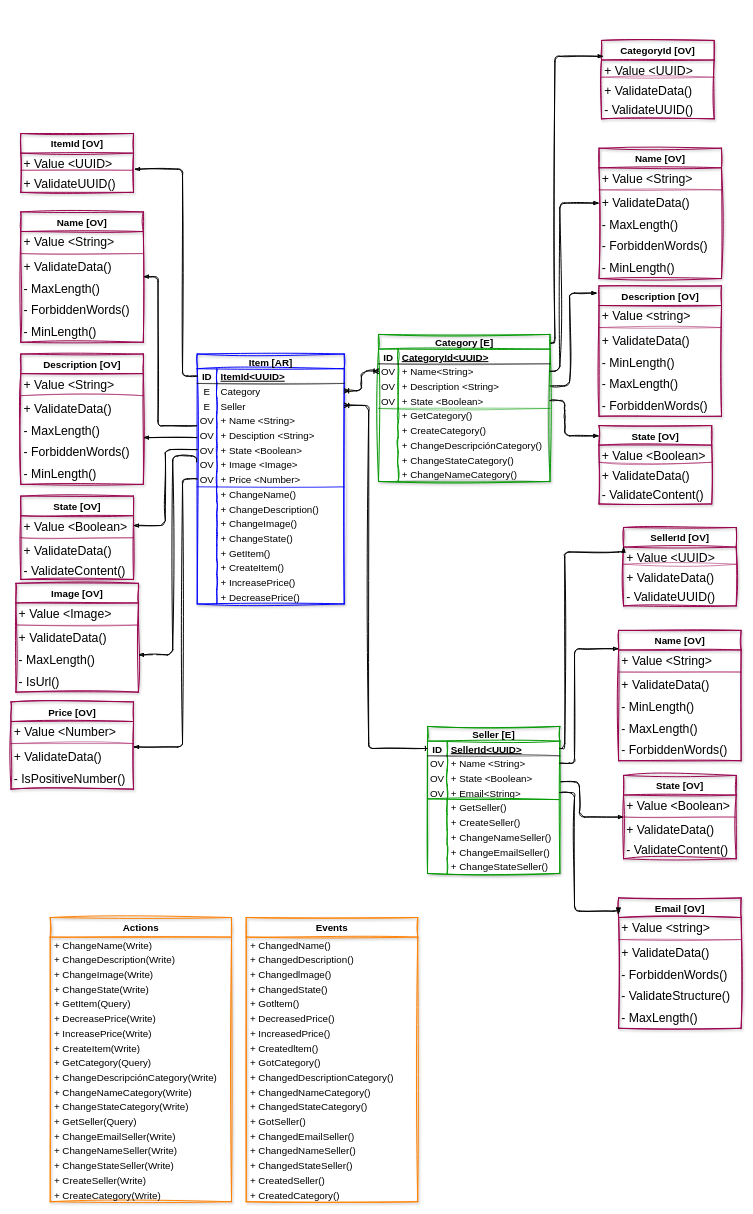
Above: page "Item<AR>-Product" (2 of 5) of Drive-Domain-Design.drawio in Julian362/C1-2023-DDD-Colombia (draw.io), before the change. Source tidied: cells renumbered, new cells numbered last; positions are measured from the earlier drawing's top-left corner, leaving out a move shared by most shapes. Both pictures are drawn from the tidied source at 49%, with x=0, y=0 at pixel (11, 40).
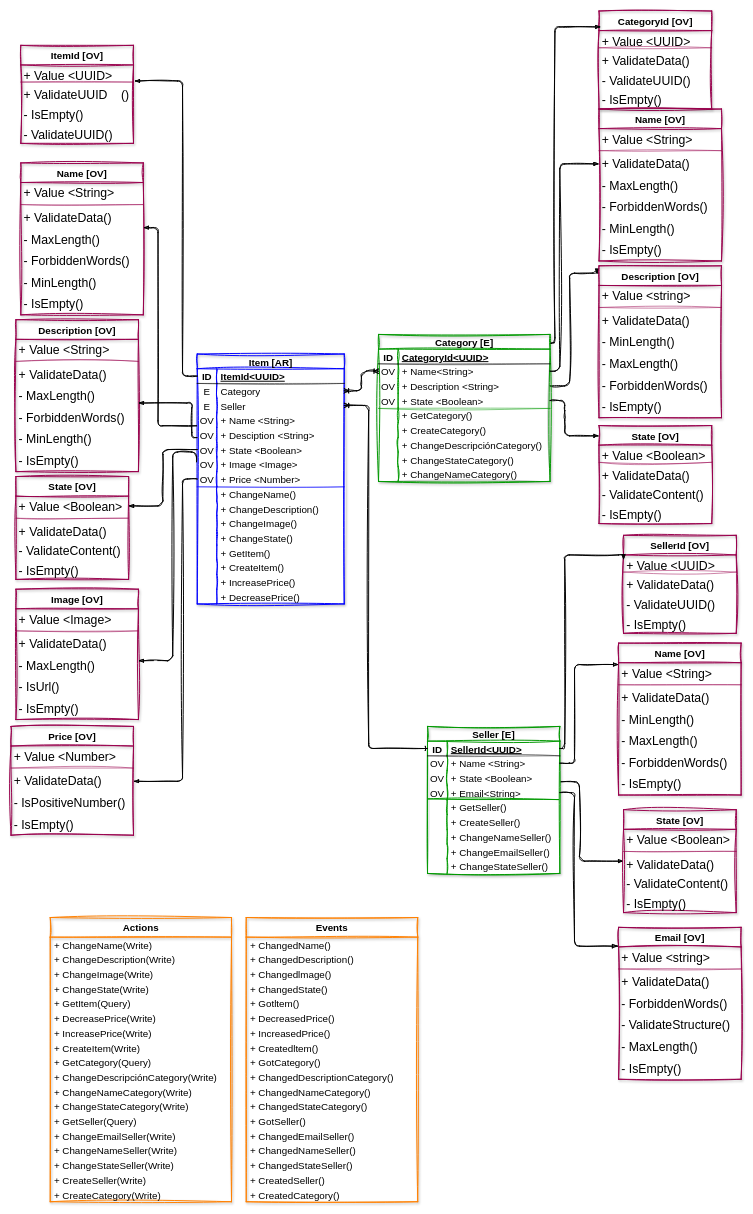
The same diagram, later.

The change refers to these unchanged cells:
```xml
<mxCell id="3" style="shape=tableRow;horizontal=0;startSize=0;swimlaneHead=0;swimlaneBody=0;fillColor=none;points=[[0,0.5],[1,0.5]];portConstraint=eastwest;top=0;left=0;right=0;bottom=1;sketch=1;hachureGap=4;jiggle=2;curveFitting=1;fontFamily=Helvetica;fontSize=20;" parent="2" vertex="1">
  <mxGeometry y="30" width="300" height="30" as="geometry" />
</mxCell>
<mxCell id="12" style="shape=tableRow;horizontal=0;startSize=0;swimlaneHead=0;swimlaneBody=0;fillColor=none;points=[[0,0.5],[1,0.5]];portConstraint=eastwest;top=0;left=0;right=0;bottom=0;sketch=1;hachureGap=4;jiggle=2;curveFitting=1;fontFamily=Helvetica;fontSize=20;" parent="2" vertex="1">
  <mxGeometry y="120" width="300" height="30" as="geometry" />
</mxCell>
<mxCell id="21" style="shape=tableRow;horizontal=0;startSize=0;swimlaneHead=0;swimlaneBody=0;fillColor=none;points=[[0,0.5],[1,0.5]];portConstraint=eastwest;top=0;left=0;right=0;bottom=0;sketch=1;hachureGap=4;jiggle=2;curveFitting=1;fontFamily=Helvetica;fontSize=20;" parent="2" vertex="1">
  <mxGeometry y="210" width="300" height="30" as="geometry" />
</mxCell>
<mxCell id="24" style="shape=tableRow;horizontal=0;startSize=0;swimlaneHead=0;swimlaneBody=0;fillColor=none;points=[[0,0.5],[1,0.5]];portConstraint=eastwest;top=0;left=0;right=0;bottom=0;sketch=1;hachureGap=4;jiggle=2;curveFitting=1;fontFamily=Helvetica;fontSize=20;" parent="2" vertex="1">
  <mxGeometry y="240" width="300" height="30" as="geometry" />
</mxCell>
<mxCell id="52" value="Category [E]" style="shape=table;startSize=30;childLayout=tableLayout;rowLines=0;fontStyle=1;align=center;hachureGap=4;fontFamily=Helvetica;fontSize=20;fillColor=none;swimlaneFillColor=default;rounded=0;shadow=1;strokeWidth=2;labelBorderColor=none;strokeColor=#009900;sketch=1;curveFitting=1;jiggle=2;" parent="1" vertex="1">
  <mxGeometry x="750" y="600" width="350" height="300" as="geometry" />
</mxCell>
<mxCell id="56" style="shape=tableRow;horizontal=0;startSize=0;swimlaneHead=0;swimlaneBody=0;fillColor=none;points=[[0,0.5],[1,0.5]];portConstraint=eastwest;top=0;left=0;right=0;bottom=0;sketch=1;hachureGap=4;jiggle=2;curveFitting=1;fontFamily=Helvetica;fontSize=20;" parent="52" vertex="1">
  <mxGeometry y="60" width="350" height="30" as="geometry" />
</mxCell>
<mxCell id="59" style="shape=tableRow;horizontal=0;startSize=0;swimlaneHead=0;swimlaneBody=0;fillColor=none;points=[[0,0.5],[1,0.5]];portConstraint=eastwest;top=0;left=0;right=0;bottom=0;sketch=1;hachureGap=4;jiggle=2;curveFitting=1;fontFamily=Helvetica;fontSize=20;" parent="52" vertex="1">
  <mxGeometry y="90" width="350" height="30" as="geometry" />
</mxCell>
<mxCell id="116" value="+ ValidateData()" style="text;strokeColor=none;fillColor=none;spacingLeft=4;spacingRight=4;overflow=hidden;points=[[0,0.5],[1,0.5]];portConstraint=eastwest;fontSize=25;fontFamily=Helvetica;" parent="113" vertex="1">
  <mxGeometry y="90" width="250" height="44" as="geometry" />
</mxCell>
<mxCell id="132" value="+ ValidateData()" style="text;strokeColor=none;fillColor=none;spacingLeft=4;spacingRight=4;overflow=hidden;points=[[0,0.5],[1,0.5]];portConstraint=eastwest;fontSize=25;fontFamily=Helvetica;" parent="129" vertex="1">
  <mxGeometry y="90" width="250" height="44" as="geometry" />
</mxCell>
<mxCell id="153" style="shape=tableRow;horizontal=0;startSize=0;swimlaneHead=0;swimlaneBody=0;fillColor=none;points=[[0,0.5],[1,0.5]];portConstraint=eastwest;top=0;left=0;right=0;bottom=1;sketch=1;hachureGap=4;jiggle=2;curveFitting=1;fontFamily=Helvetica;fontSize=20;" parent="152" vertex="1">
  <mxGeometry y="30" width="270" height="30" as="geometry" />
</mxCell>
<mxCell id="156" style="shape=tableRow;horizontal=0;startSize=0;swimlaneHead=0;swimlaneBody=0;fillColor=none;points=[[0,0.5],[1,0.5]];portConstraint=eastwest;top=0;left=0;right=0;bottom=0;sketch=1;hachureGap=4;jiggle=2;curveFitting=1;fontFamily=Helvetica;fontSize=20;" parent="152" vertex="1">
  <mxGeometry y="60" width="270" height="30" as="geometry" />
</mxCell>
<mxCell id="159" style="shape=tableRow;horizontal=0;startSize=0;swimlaneHead=0;swimlaneBody=0;fillColor=none;points=[[0,0.5],[1,0.5]];portConstraint=eastwest;top=0;left=0;right=0;bottom=0;sketch=1;hachureGap=4;jiggle=2;curveFitting=1;fontFamily=Helvetica;fontSize=20;" parent="152" vertex="1">
  <mxGeometry y="90" width="270" height="30" as="geometry" />
</mxCell>
<mxCell id="162" style="shape=tableRow;horizontal=0;startSize=0;swimlaneHead=0;swimlaneBody=0;fillColor=none;points=[[0,0.5],[1,0.5]];portConstraint=eastwest;top=0;left=0;right=0;bottom=0;sketch=1;hachureGap=4;jiggle=2;curveFitting=1;fontFamily=Helvetica;fontSize=20;" parent="152" vertex="1">
  <mxGeometry y="120" width="270" height="30" as="geometry" />
</mxCell>
<mxCell id="198" value="+ Value &lt;UUID&gt;" style="text;strokeColor=none;fillColor=none;spacingLeft=4;spacingRight=4;overflow=hidden;points=[[0,0.5],[1,0.5]];portConstraint=eastwest;fontSize=25;fontFamily=Helvetica;" parent="197" vertex="1">
  <mxGeometry y="40" width="230" height="30" as="geometry" />
</mxCell>
<mxCell id="204" value="+ Value &lt;UUID&gt;" style="text;strokeColor=none;fillColor=none;spacingLeft=4;spacingRight=4;overflow=hidden;points=[[0,0.5],[1,0.5]];portConstraint=eastwest;fontSize=25;fontFamily=Helvetica;" parent="203" vertex="1">
  <mxGeometry y="40" width="230" height="30" as="geometry" />
</mxCell>
<mxCell id="217" value="+ ValidateData()" style="text;strokeColor=none;fillColor=none;spacingLeft=4;spacingRight=4;overflow=hidden;points=[[0,0.5],[1,0.5]];portConstraint=eastwest;fontSize=25;fontFamily=Helvetica;" parent="214" vertex="1">
  <mxGeometry y="90" width="250" height="44" as="geometry" />
</mxCell>
```

Diff of the diagram source:
```diff
@@
     <mxCell id="51" style="edgeStyle=orthogonalEdgeStyle;rounded=1;sketch=1;hachureGap=4;jiggle=2;curveFitting=1;jettySize=auto;html=1;strokeWidth=2;fontFamily=Architects Daughter;fontSize=20;exitX=1;exitY=0.5;exitDx=0;exitDy=0;entryX=-0.016;entryY=0.055;entryDx=0;entryDy=0;entryPerimeter=0;endArrow=blockThin;endFill=1;" parent="1" edge="1" source="59" target="136">
       <mxGeometry relative="1" as="geometry">
         <Array as="points">
           <mxPoint x="1140" y="705" />
-          <mxPoint x="1140" y="516" />
+          <mxPoint x="1140" y="475" />
         </Array>
       </mxGeometry>
     </mxCell>
@@
     <mxCell id="81" style="edgeStyle=orthogonalEdgeStyle;sketch=1;hachureGap=4;jiggle=2;curveFitting=1;jettySize=auto;html=1;entryX=0;entryY=0.5;entryDx=0;entryDy=0;strokeWidth=2;fontFamily=Helvetica;fontSize=25;startArrow=none;startFill=0;endArrow=blockThin;endFill=1;" parent="1" edge="1" source="56" target="132">
       <mxGeometry relative="1" as="geometry">
         <Array as="points">
           <mxPoint x="1120" y="675" />
-          <mxPoint x="1120" y="332" />
+          <mxPoint x="1120" y="252" />
         </Array>
       </mxGeometry>
     </mxCell>
     <mxCell id="82" value="State [OV]" style="swimlane;fontStyle=1;horizontal=1;startSize=40;align=center;fontSize=20;rounded=0;shadow=1;labelBorderColor=none;sketch=1;hachureGap=4;jiggle=2;fillStyle=cross-hatch;curveFitting=1;strokeColor=#99004D;strokeWidth=2;fontFamily=Helvetica;fillColor=none;gradientColor=none;" parent="1" vertex="1">
-      <mxGeometry x="1200" y="786" width="230" height="160" as="geometry" />
+      <mxGeometry x="1200" y="786" width="230" height="200" as="geometry" />
     </mxCell>
@@
+    <mxCell id="247" value="- IsEmpty()" style="text;strokeColor=none;fillColor=none;spacingLeft=4;spacingRight=4;overflow=hidden;fontSize=25;fontFamily=Helvetica;" parent="82" vertex="1">
+      <mxGeometry y="160" width="230" height="40" as="geometry" />
+    </mxCell>
@@
     <mxCell id="88" value="State [OV]" style="swimlane;fontStyle=1;horizontal=1;startSize=40;align=center;fontSize=20;rounded=0;shadow=1;labelBorderColor=none;sketch=1;hachureGap=4;jiggle=2;fillStyle=cross-hatch;curveFitting=1;strokeColor=#99004D;strokeWidth=2;fontFamily=Helvetica;fillColor=none;gradientColor=none;" parent="1" vertex="1">
-      <mxGeometry x="20" y="930" width="230" height="170" as="geometry" />
+      <mxGeometry x="10" y="890" width="230" height="210" as="geometry" />
     </mxCell>
@@
+    <mxCell id="248" value="- IsEmpty()" style="text;strokeColor=none;fillColor=none;spacingLeft=4;spacingRight=4;overflow=hidden;fontSize=25;fontFamily=Helvetica;" parent="88" vertex="1">
+      <mxGeometry y="170" width="230" height="40" as="geometry" />
+    </mxCell>
@@
     <mxCell id="113" value="Name [OV]" style="swimlane;fontStyle=1;horizontal=1;startSize=40;align=center;fontSize=20;rounded=0;shadow=1;labelBorderColor=none;sketch=1;hachureGap=4;jiggle=2;fillStyle=cross-hatch;curveFitting=1;strokeColor=#99004D;strokeWidth=2;fontFamily=Helvetica;fillColor=none;gradientColor=none;" parent="1" vertex="1">
-      <mxGeometry x="20" y="350" width="250" height="266" as="geometry" />
+      <mxGeometry x="20" y="250" width="250" height="310" as="geometry" />
     </mxCell>
@@
+    <mxCell id="249" value="- IsEmpty()" style="text;strokeColor=none;fillColor=none;spacingLeft=4;spacingRight=4;overflow=hidden;fontSize=25;fontFamily=Helvetica;" parent="113" vertex="1">
+      <mxGeometry y="266" width="250" height="44" as="geometry" />
+    </mxCell>
     <mxCell id="120" style="edgeStyle=orthogonalEdgeStyle;rounded=1;sketch=1;hachureGap=4;jiggle=2;curveFitting=1;jettySize=auto;html=1;entryX=-0.004;entryY=0.881;entryDx=0;entryDy=0;entryPerimeter=0;strokeWidth=2;fontFamily=Architects Daughter;fontSize=20;endArrow=none;endFill=0;exitX=1;exitY=0.955;exitDx=0;exitDy=0;exitPerimeter=0;startArrow=blockThin;startFill=1;" parent="1" edge="1" source="116" target="12">
       <mxGeometry relative="1" as="geometry">
         <Array as="points">
-          <mxPoint x="300" y="482" />
+          <mxPoint x="300" y="382" />
           <mxPoint x="300" y="786" />
         </Array>
       </mxGeometry>
     </mxCell>
     <mxCell id="121" value="Description [OV]" style="swimlane;fontStyle=1;horizontal=1;startSize=40;align=center;fontSize=20;rounded=0;shadow=1;labelBorderColor=none;sketch=1;hachureGap=4;jiggle=2;fillStyle=cross-hatch;curveFitting=1;strokeColor=#99004D;strokeWidth=2;fontFamily=Helvetica;fillColor=none;gradientColor=none;" parent="1" vertex="1">
-      <mxGeometry x="20" y="640" width="250" height="266" as="geometry" />
+      <mxGeometry x="10" y="570" width="250" height="310" as="geometry" />
     </mxCell>
@@
+    <mxCell id="250" value="- IsEmpty()" style="text;strokeColor=none;fillColor=none;spacingLeft=4;spacingRight=4;overflow=hidden;fontSize=25;fontFamily=Helvetica;" parent="121" vertex="1">
+      <mxGeometry y="266" width="250" height="44" as="geometry" />
+    </mxCell>
     <mxCell id="129" value="Name [OV]" style="swimlane;fontStyle=1;horizontal=1;startSize=40;align=center;fontSize=20;rounded=0;shadow=1;labelBorderColor=none;sketch=1;hachureGap=4;jiggle=2;fillStyle=cross-hatch;curveFitting=1;strokeColor=#99004D;strokeWidth=2;fontFamily=Helvetica;fillColor=none;gradientColor=none;" parent="1" vertex="1">
-      <mxGeometry x="1200" y="220" width="250" height="266" as="geometry" />
+      <mxGeometry x="1200" y="140" width="250" height="310" as="geometry" />
     </mxCell>
@@
+    <mxCell id="251" value="- IsEmpty()" style="text;strokeColor=none;fillColor=none;spacingLeft=4;spacingRight=4;overflow=hidden;fontSize=25;fontFamily=Helvetica;" parent="129" vertex="1">
+      <mxGeometry y="266" width="250" height="44" as="geometry" />
+    </mxCell>
     <mxCell id="136" value="Description [OV]" style="swimlane;fontStyle=1;horizontal=1;startSize=40;align=center;fontSize=20;rounded=0;shadow=1;labelBorderColor=none;sketch=1;hachureGap=4;jiggle=2;fillStyle=cross-hatch;curveFitting=1;strokeColor=#99004D;strokeWidth=2;fontFamily=Helvetica;fillColor=none;gradientColor=none;" parent="1" vertex="1">
-      <mxGeometry x="1200" y="501" width="250" height="266" as="geometry" />
+      <mxGeometry x="1200" y="460" width="250" height="310" as="geometry" />
     </mxCell>
@@
+    <mxCell id="252" value="- IsEmpty()" style="text;strokeColor=none;fillColor=none;spacingLeft=4;spacingRight=4;overflow=hidden;fontSize=25;fontFamily=Helvetica;" parent="136" vertex="1">
+      <mxGeometry y="266" width="250" height="44" as="geometry" />
+    </mxCell>
     <mxCell id="143" value="Image [OV]" style="swimlane;fontStyle=1;horizontal=1;startSize=40;align=center;fontSize=20;rounded=0;shadow=1;labelBorderColor=none;sketch=1;hachureGap=4;jiggle=2;fillStyle=cross-hatch;curveFitting=1;strokeColor=#99004D;strokeWidth=2;fontFamily=Helvetica;fillColor=none;gradientColor=none;" parent="1" vertex="1">
-      <mxGeometry x="10" y="1108" width="250" height="222" as="geometry" />
+      <mxGeometry x="10" y="1120" width="250" height="266" as="geometry" />
     </mxCell>
@@
     <mxCell id="147" style="edgeStyle=orthogonalEdgeStyle;rounded=1;sketch=1;hachureGap=4;jiggle=2;curveFitting=1;jettySize=auto;html=1;strokeWidth=2;fontFamily=Architects Daughter;fontSize=20;endArrow=none;endFill=0;entryX=-0.005;entryY=0.332;entryDx=0;entryDy=0;entryPerimeter=0;startArrow=blockThin;startFill=1;" parent="143" edge="1" target="21">
       <mxGeometry relative="1" as="geometry">
         <mxPoint x="250" y="146" as="sourcePoint" />
         <Array as="points">
           <mxPoint x="320" y="146" />
-          <mxPoint x="320" y="-260" />
+          <mxPoint x="320" y="-280" />
         </Array>
       </mxGeometry>
     </mxCell>
@@
+    <mxCell id="253" value="- IsEmpty()" style="text;strokeColor=none;fillColor=none;spacingLeft=4;spacingRight=4;overflow=hidden;fontSize=25;fontFamily=Helvetica;" parent="143" vertex="1">
+      <mxGeometry y="222" width="250" height="44" as="geometry" />
+    </mxCell>
     <mxCell id="151" style="edgeStyle=orthogonalEdgeStyle;rounded=1;sketch=1;hachureGap=4;jiggle=2;curveFitting=1;jettySize=auto;html=1;entryX=0;entryY=0.5;entryDx=0;entryDy=0;strokeWidth=2;fontFamily=Architects Daughter;fontSize=20;startArrow=none;startFill=0;endArrow=blockThin;endFill=1;" parent="1" edge="1" source="159" target="182">
       <mxGeometry relative="1" as="geometry">
         <Array as="points">
           <mxPoint x="1160" y="1513" />
-          <mxPoint x="1160" y="1585" />
+          <mxPoint x="1160" y="1675" />
         </Array>
       </mxGeometry>
     </mxCell>
@@
     <mxCell id="181" style="edgeStyle=orthogonalEdgeStyle;sketch=1;hachureGap=4;jiggle=2;curveFitting=1;jettySize=auto;html=1;strokeWidth=2;fontFamily=Helvetica;fontSize=25;startArrow=none;startFill=0;endArrow=blockThin;endFill=1;entryX=0;entryY=0.141;entryDx=0;entryDy=0;entryPerimeter=0;" parent="1" edge="1" source="156" target="188">
       <mxGeometry relative="1" as="geometry">
         <Array as="points">
           <mxPoint x="1150" y="1475" />
-          <mxPoint x="1150" y="1241" />
+          <mxPoint x="1150" y="1274" />
         </Array>
       </mxGeometry>
     </mxCell>
     <mxCell id="182" value="State [OV]" style="swimlane;fontStyle=1;horizontal=1;startSize=40;align=center;fontSize=20;rounded=0;shadow=1;labelBorderColor=none;sketch=1;hachureGap=4;jiggle=2;fillStyle=cross-hatch;curveFitting=1;strokeColor=#99004D;strokeWidth=2;fontFamily=Helvetica;fillColor=none;gradientColor=none;" parent="1" vertex="1">
-      <mxGeometry x="1250" y="1500" width="230" height="170" as="geometry" />
+      <mxGeometry x="1250" y="1570" width="230" height="210" as="geometry" />
     </mxCell>
@@
+    <mxCell id="254" value="- IsEmpty()" style="text;strokeColor=none;fillColor=none;spacingLeft=4;spacingRight=4;overflow=hidden;fontSize=25;fontFamily=Helvetica;" parent="182" vertex="1">
+      <mxGeometry y="170" width="230" height="40" as="geometry" />
+    </mxCell>
@@
     <mxCell id="188" value="Name [OV]" style="swimlane;fontStyle=1;horizontal=1;startSize=40;align=center;fontSize=20;rounded=0;shadow=1;labelBorderColor=none;sketch=1;hachureGap=4;jiggle=2;fillStyle=cross-hatch;curveFitting=1;strokeColor=#99004D;strokeWidth=2;fontFamily=Helvetica;fillColor=none;gradientColor=none;" parent="1" vertex="1">
-      <mxGeometry x="1240" y="1204" width="250" height="266" as="geometry" />
+      <mxGeometry x="1240" y="1230" width="250" height="310" as="geometry" />
     </mxCell>
@@
+    <mxCell id="255" value="- IsEmpty()" style="text;strokeColor=none;fillColor=none;spacingLeft=4;spacingRight=4;overflow=hidden;fontSize=25;fontFamily=Helvetica;" parent="188" vertex="1">
+      <mxGeometry y="266" width="250" height="44" as="geometry" />
+    </mxCell>
@@
     <mxCell id="197" value="CategoryId [OV]" style="swimlane;fontStyle=1;horizontal=1;startSize=40;align=center;fontSize=20;rounded=0;shadow=1;labelBorderColor=none;sketch=1;hachureGap=4;jiggle=2;fillStyle=cross-hatch;curveFitting=1;strokeColor=#99004D;strokeWidth=2;fontFamily=Helvetica;fillColor=none;gradientColor=none;" parent="1" vertex="1">
-      <mxGeometry x="1205" width="230" height="160" as="geometry" />
+      <mxGeometry x="1200" y="-60" width="230" height="200" as="geometry" />
     </mxCell>
@@
+    <mxCell id="256" value="- IsEmpty()" style="text;strokeColor=none;fillColor=none;spacingLeft=4;spacingRight=4;overflow=hidden;fontSize=25;fontFamily=Helvetica;" parent="197" vertex="1">
+      <mxGeometry y="160" width="230" height="40" as="geometry" />
+    </mxCell>
     <mxCell id="202" style="edgeStyle=orthogonalEdgeStyle;rounded=1;sketch=1;hachureGap=4;jiggle=2;curveFitting=1;jettySize=auto;html=1;entryX=0.016;entryY=-0.252;entryDx=0;entryDy=0;entryPerimeter=0;strokeColor=default;strokeWidth=2;fontFamily=Architects Daughter;fontSize=20;startArrow=none;startFill=0;endArrow=blockThin;endFill=1;exitX=1.007;exitY=0.061;exitDx=0;exitDy=0;exitPerimeter=0;" parent="1" edge="1" source="52" target="198">
       <mxGeometry relative="1" as="geometry">
         <Array as="points">
           <mxPoint x="1110" y="617" />
-          <mxPoint x="1110" y="32" />
+          <mxPoint x="1110" y="-28" />
         </Array>
       </mxGeometry>
     </mxCell>
     <mxCell id="203" value="ItemId [OV]" style="swimlane;fontStyle=1;horizontal=1;startSize=40;align=center;fontSize=20;rounded=0;shadow=1;labelBorderColor=none;sketch=1;hachureGap=4;jiggle=2;fillStyle=cross-hatch;curveFitting=1;strokeColor=#99004D;strokeWidth=2;fontFamily=Helvetica;fillColor=none;gradientColor=none;" parent="1" vertex="1">
-      <mxGeometry x="20" y="190" width="230" height="120" as="geometry" />
+      <mxGeometry x="20" y="10" width="230" height="200" as="geometry" />
     </mxCell>
@@
-    <mxCell id="206" value="+ ValidateUUID()" style="text;strokeColor=none;fillColor=none;spacingLeft=4;spacingRight=4;overflow=hidden;fontSize=25;fontFamily=Helvetica;" parent="203" vertex="1">
+    <mxCell id="206" value="+ ValidateUUID    ()" style="text;strokeColor=none;fillColor=none;spacingLeft=4;spacingRight=4;overflow=hidden;fontSize=25;fontFamily=Helvetica;" parent="203" vertex="1">
       <mxGeometry y="80" width="230" height="40" as="geometry" />
     </mxCell>
+    <mxCell id="257" value="- IsEmpty()" style="text;strokeColor=none;fillColor=none;spacingLeft=4;spacingRight=4;overflow=hidden;fontSize=25;fontFamily=Helvetica;" parent="203" vertex="1">
+      <mxGeometry y="120" width="230" height="40" as="geometry" />
+    </mxCell>
+    <mxCell id="258" value="- ValidateUUID()" style="text;strokeColor=none;fillColor=none;spacingLeft=4;spacingRight=4;overflow=hidden;fontSize=25;fontFamily=Helvetica;" parent="203" vertex="1">
+      <mxGeometry y="160" width="230" height="40" as="geometry" />
+    </mxCell>
     <mxCell id="207" value="SellerId [OV]" style="swimlane;fontStyle=1;horizontal=1;startSize=40;align=center;fontSize=20;rounded=0;shadow=1;labelBorderColor=none;sketch=1;hachureGap=4;jiggle=2;fillStyle=cross-hatch;curveFitting=1;strokeColor=#99004D;strokeWidth=2;fontFamily=Helvetica;fillColor=none;gradientColor=none;" parent="1" vertex="1">
-      <mxGeometry x="1250" y="994" width="230" height="160" as="geometry" />
+      <mxGeometry x="1250" y="1010" width="230" height="200" as="geometry" />
     </mxCell>
@@
+    <mxCell id="259" value="- IsEmpty()" style="text;strokeColor=none;fillColor=none;spacingLeft=4;spacingRight=4;overflow=hidden;fontSize=25;fontFamily=Helvetica;" parent="207" vertex="1">
+      <mxGeometry y="160" width="230" height="40" as="geometry" />
+    </mxCell>
     <mxCell id="212" style="edgeStyle=orthogonalEdgeStyle;rounded=1;sketch=1;hachureGap=4;jiggle=2;curveFitting=1;jettySize=auto;html=1;entryX=0;entryY=0.25;entryDx=0;entryDy=0;strokeColor=default;strokeWidth=2;fontFamily=Architects Daughter;fontSize=20;startArrow=none;startFill=0;endArrow=blockThin;endFill=1;" parent="1" edge="1" source="153" target="207">
       <mxGeometry relative="1" as="geometry">
         <Array as="points">
           <mxPoint x="1130" y="1445" />
-          <mxPoint x="1130" y="1044" />
+          <mxPoint x="1130" y="1050" />
         </Array>
       </mxGeometry>
     </mxCell>
     <mxCell id="213" style="edgeStyle=orthogonalEdgeStyle;rounded=1;sketch=1;hachureGap=4;jiggle=2;curveFitting=1;jettySize=auto;html=1;entryX=1.009;entryY=1.09;entryDx=0;entryDy=0;entryPerimeter=0;strokeColor=default;strokeWidth=2;fontFamily=Architects Daughter;fontSize=20;startArrow=none;startFill=0;endArrow=blockThin;endFill=1;exitX=0;exitY=0.5;exitDx=0;exitDy=0;" parent="1" edge="1" source="3" target="204">
       <mxGeometry relative="1" as="geometry">
         <Array as="points">
           <mxPoint x="350" y="685" />
-          <mxPoint x="350" y="263" />
+          <mxPoint x="350" y="83" />
         </Array>
       </mxGeometry>
     </mxCell>
     <mxCell id="214" value="Price [OV]" style="swimlane;fontStyle=1;horizontal=1;startSize=40;align=center;fontSize=20;rounded=0;shadow=1;labelBorderColor=none;sketch=1;hachureGap=4;jiggle=2;fillStyle=cross-hatch;curveFitting=1;strokeColor=#99004D;strokeWidth=2;fontFamily=Helvetica;fillColor=none;gradientColor=none;" parent="1" vertex="1">
-      <mxGeometry y="1350" width="250" height="178" as="geometry" />
+      <mxGeometry y="1400" width="250" height="222" as="geometry" />
     </mxCell>
@@
+    <mxCell id="260" value="- IsEmpty()" style="text;strokeColor=none;fillColor=none;spacingLeft=4;spacingRight=4;overflow=hidden;fontSize=25;fontFamily=Helvetica;" parent="214" vertex="1">
+      <mxGeometry y="178" width="250" height="44" as="geometry" />
+    </mxCell>
     <mxCell id="219" style="edgeStyle=orthogonalEdgeStyle;rounded=1;sketch=1;hachureGap=4;jiggle=2;curveFitting=1;jettySize=auto;html=1;entryX=0;entryY=0.5;entryDx=0;entryDy=0;strokeColor=default;strokeWidth=2;fontFamily=Architects Daughter;fontSize=20;startArrow=blockThin;startFill=1;endArrow=none;endFill=0;" parent="1" edge="1" source="217" target="24">
       <mxGeometry relative="1" as="geometry">
         <Array as="points">
-          <mxPoint x="350" y="1442" />
+          <mxPoint x="350" y="1512" />
           <mxPoint x="350" y="895" />
         </Array>
       </mxGeometry>
     </mxCell>
     <mxCell id="220" value="Email [OV]" style="swimlane;fontStyle=1;horizontal=1;startSize=40;align=center;fontSize=20;rounded=0;shadow=1;labelBorderColor=none;sketch=1;hachureGap=4;jiggle=2;fillStyle=cross-hatch;curveFitting=1;strokeColor=#99004D;strokeWidth=2;fontFamily=Helvetica;fillColor=none;gradientColor=none;" parent="1" vertex="1">
-      <mxGeometry x="1240" y="1750" width="250" height="266" as="geometry" />
+      <mxGeometry x="1240" y="1810" width="250" height="310" as="geometry" />
     </mxCell>
@@
+    <mxCell id="261" value="- IsEmpty()" style="text;strokeColor=none;fillColor=none;spacingLeft=4;spacingRight=4;overflow=hidden;fontSize=25;fontFamily=Helvetica;" parent="220" vertex="1">
+      <mxGeometry y="266" width="250" height="44" as="geometry" />
+    </mxCell>
     <mxCell id="227" style="edgeStyle=orthogonalEdgeStyle;rounded=1;sketch=1;hachureGap=4;jiggle=2;curveFitting=1;jettySize=auto;html=1;fontFamily=Architects Daughter;fontSize=16;startSize=8;endSize=8;exitX=1;exitY=0.5;exitDx=0;exitDy=0;entryX=-0.002;entryY=0.124;entryDx=0;entryDy=0;entryPerimeter=0;strokeWidth=2;endArrow=blockThin;endFill=1;" parent="1" edge="1" source="162" target="220">
       <mxGeometry relative="1" as="geometry">
         <Array as="points">
           <mxPoint x="1150" y="1535" />
-          <mxPoint x="1150" y="1777" />
+          <mxPoint x="1150" y="1848" />
         </Array>
       </mxGeometry>
     </mxCell>
```
